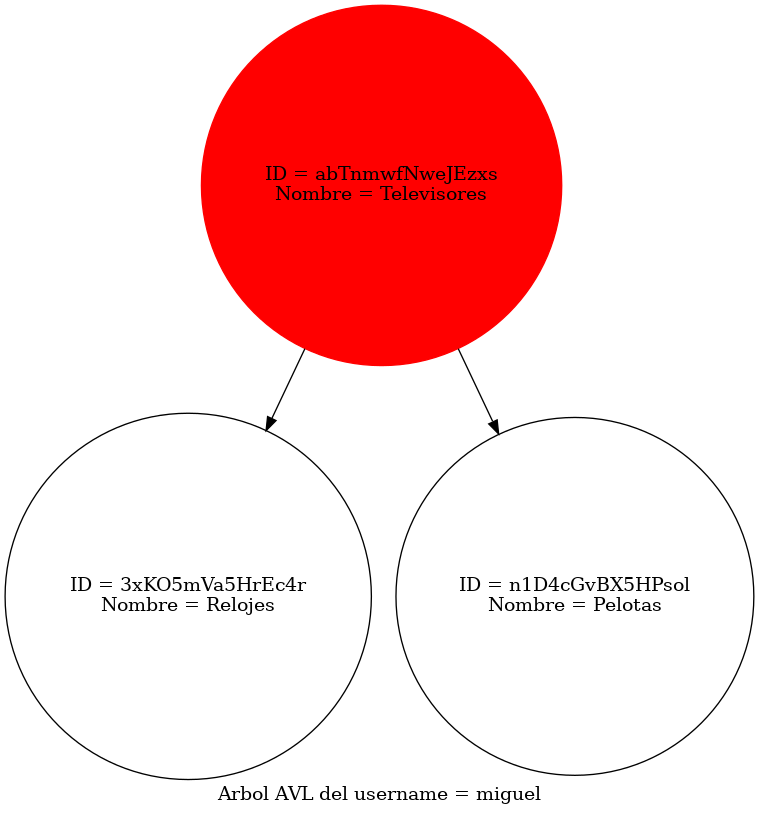
Above: src/Reportes/arbol_Usua.png in miguel-tubac/-EDD-Proyecto1_202101927 (Graphviz), before the change. Its source is kept beside it as src/Reportes/arbol_Usua.dot.
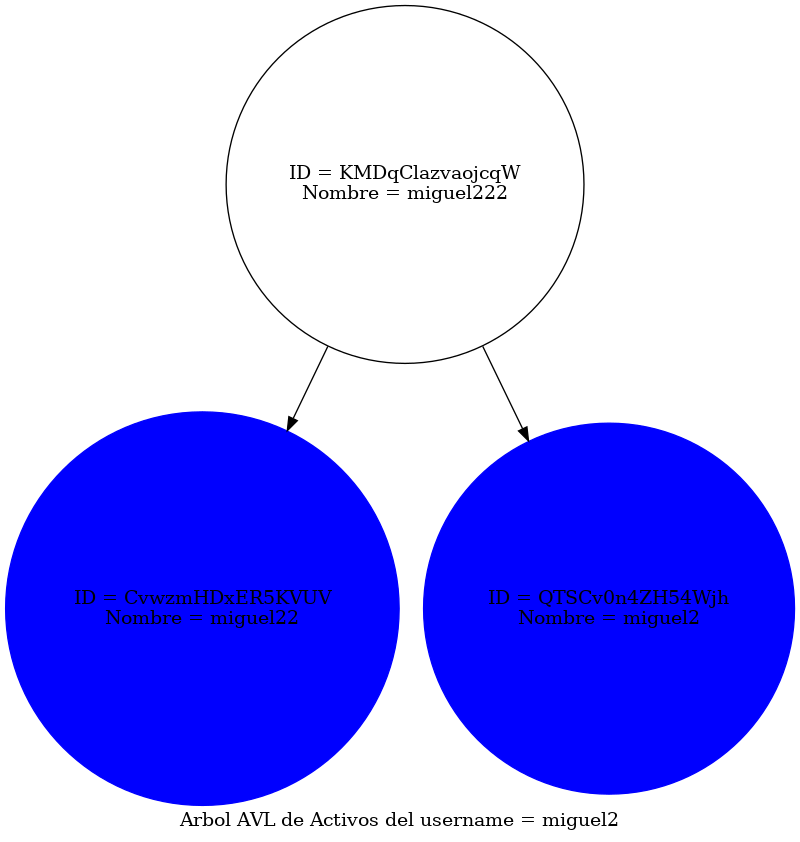
The same file after the commit.

The edit, as a diff of the source:
```diff
@@ -1,9 +1,9 @@
 digraph AVLTree {
-	label="Arbol AVL del username = miguel";
+	label="Arbol AVL de Activos del username = miguel2";
     node [shape=circle];
-    "abTnmwfNweJEzxs" [color= red, style=filled label="ID = abTnmwfNweJEzxs\nNombre = Televisores"];
-    "abTnmwfNweJEzxs" -> "3xKO5mVa5HrEc4r";
-    "3xKO5mVa5HrEc4r" [label="ID = 3xKO5mVa5HrEc4r\nNombre = Relojes"];
-    "abTnmwfNweJEzxs" -> "n1D4cGvBX5HPsol";
-    "n1D4cGvBX5HPsol" [label="ID = n1D4cGvBX5HPsol\nNombre = Pelotas"];
+    "KMDqClazvaojcqW" [label="ID = KMDqClazvaojcqW\nNombre = miguel222"];
+    "KMDqClazvaojcqW" -> "CvwzmHDxER5KVUV";
+    "CvwzmHDxER5KVUV" [color= blue, style=filled label="ID = CvwzmHDxER5KVUV\nNombre = miguel22"];
+    "KMDqClazvaojcqW" -> "QTSCv0n4ZH54Wjh";
+    "QTSCv0n4ZH54Wjh" [color= blue, style=filled label="ID = QTSCv0n4ZH54Wjh\nNombre = miguel2"];
 }
```
